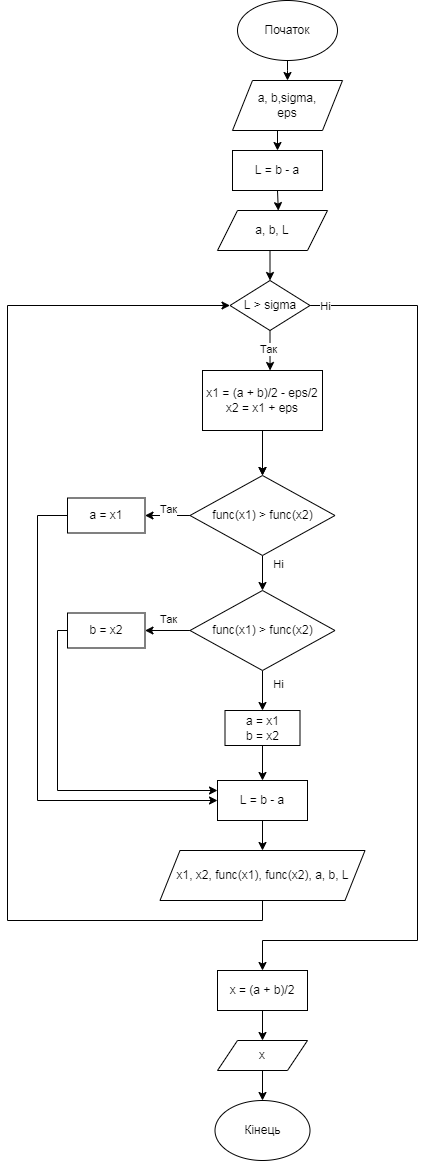
Above: lab2/lab2.drawio.png in firebenderyt123/obbchisluvalni-methody (draw.io), before the change. Source tidied: cells renumbered, new cells last; positions are measured from the earlier drawing's top-left corner, leaving out a move shared by most shapes.
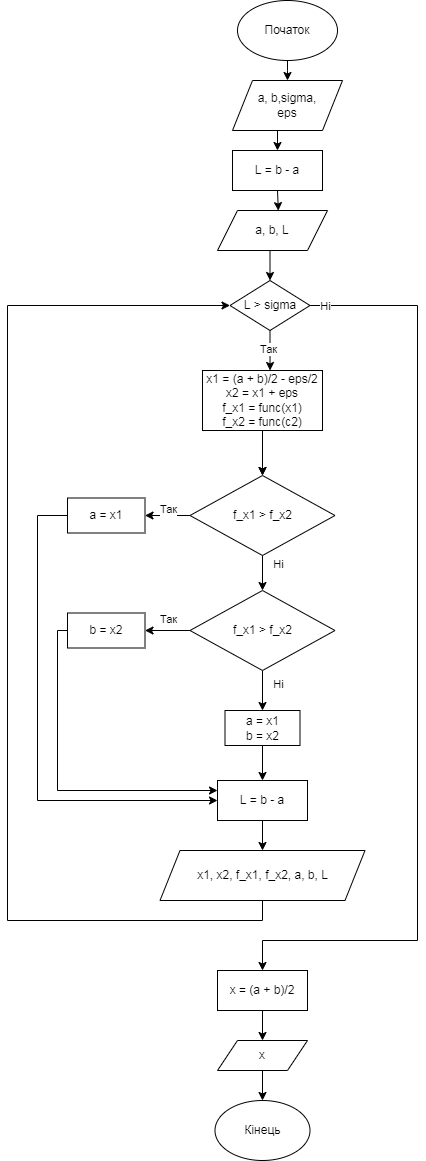
The same file after the commit.

Diff of the diagram source:
```diff
@@ -53,7 +53,7 @@
     <mxCell id="14" style="edgeStyle=orthogonalEdgeStyle;rounded=0;jettySize=auto;html=1;strokeColor=#000000;" parent="1" edge="1" source="15" target="20">
       <mxGeometry relative="1" as="geometry" />
     </mxCell>
-    <mxCell id="15" value="x1 = (a + b)/2 - eps/2&lt;br&gt;x2 = x1 + eps" style="rounded=0;whiteSpace=wrap;html=1;fillColor=#FFFFFF;strokeColor=#000000;" parent="1" vertex="1">
+    <mxCell id="15" value="x1 = (a + b)/2 - eps/2&lt;br&gt;x2 = x1 + eps&lt;br&gt;f_x1 = func(x1)&lt;br&gt;f_x2 = func(c2)" style="rounded=0;whiteSpace=wrap;html=1;fillColor=#FFFFFF;strokeColor=#000000;" parent="1" vertex="1">
       <mxGeometry x="195" y="370" width="120" height="60" as="geometry" />
     </mxCell>
     <mxCell id="16" style="edgeStyle=orthogonalEdgeStyle;rounded=0;jettySize=auto;html=1;exitX=0.5;exitY=1;exitDx=0;exitDy=0;entryX=0.5;entryY=0;entryDx=0;entryDy=0;strokeColor=#000000;" parent="1" edge="1" source="17" target="12">
@@ -68,7 +68,7 @@
     <mxCell id="19" style="edgeStyle=orthogonalEdgeStyle;rounded=0;jettySize=auto;html=1;exitX=0.5;exitY=1;exitDx=0;exitDy=0;entryX=0.5;entryY=0;entryDx=0;entryDy=0;strokeColor=#000000;" parent="1" edge="1" source="20" target="30">
       <mxGeometry relative="1" as="geometry" />
     </mxCell>
-    <mxCell id="20" value="func(x1) &amp;gt; func(x2)" style="rhombus;whiteSpace=wrap;html=1;fillColor=#FFFFFF;strokeColor=#000000;" parent="1" vertex="1">
+    <mxCell id="20" value="f_x1 &amp;gt; f_x2" style="rhombus;whiteSpace=wrap;html=1;fillColor=#FFFFFF;strokeColor=#000000;" parent="1" vertex="1">
       <mxGeometry x="182.5" y="475" width="145" height="80" as="geometry" />
     </mxCell>
     <mxCell id="21" style="edgeStyle=orthogonalEdgeStyle;rounded=0;jettySize=auto;html=1;entryX=0;entryY=0.5;entryDx=0;entryDy=0;strokeColor=#000000;" parent="1" edge="1" source="22" target="36">
@@ -110,7 +110,7 @@
     <mxCell id="29" style="edgeStyle=orthogonalEdgeStyle;rounded=0;jettySize=auto;html=1;strokeColor=#000000;" parent="1" edge="1" source="30" target="26">
       <mxGeometry relative="1" as="geometry" />
     </mxCell>
-    <mxCell id="30" value="func(x1) &amp;gt; func(x2)" style="rhombus;whiteSpace=wrap;html=1;fillColor=#FFFFFF;strokeColor=#000000;" parent="1" vertex="1">
+    <mxCell id="30" value="f_x1&amp;nbsp;&amp;gt; f_x2" style="rhombus;whiteSpace=wrap;html=1;fillColor=#FFFFFF;strokeColor=#000000;" parent="1" vertex="1">
       <mxGeometry x="182.5" y="590" width="145" height="80" as="geometry" />
     </mxCell>
     <mxCell id="31" value="Так" style="edgeLabel;html=1;align=center;verticalAlign=middle;strokeColor=#000000;" parent="1" vertex="1">
@@ -148,7 +148,7 @@
         </Array>
       </mxGeometry>
     </mxCell>
-    <mxCell id="38" value="x1, x2, func(x1), func(x2), a, b, L" style="shape=parallelogram;perimeter=parallelogramPerimeter;whiteSpace=wrap;html=1;fixedSize=1;fillColor=#FFFFFF;strokeColor=#000000;" parent="1" vertex="1">
+    <mxCell id="38" value="x1, x2, f_x1, f_x2, a, b, L" style="shape=parallelogram;perimeter=parallelogramPerimeter;whiteSpace=wrap;html=1;fixedSize=1;fillColor=#FFFFFF;strokeColor=#000000;" parent="1" vertex="1">
       <mxGeometry x="152.5" y="850" width="205" height="50" as="geometry" />
     </mxCell>
     <mxCell id="39" style="edgeStyle=orthogonalEdgeStyle;rounded=0;jettySize=auto;html=1;strokeColor=#000000;" parent="1" edge="1" source="40" target="42">
```
